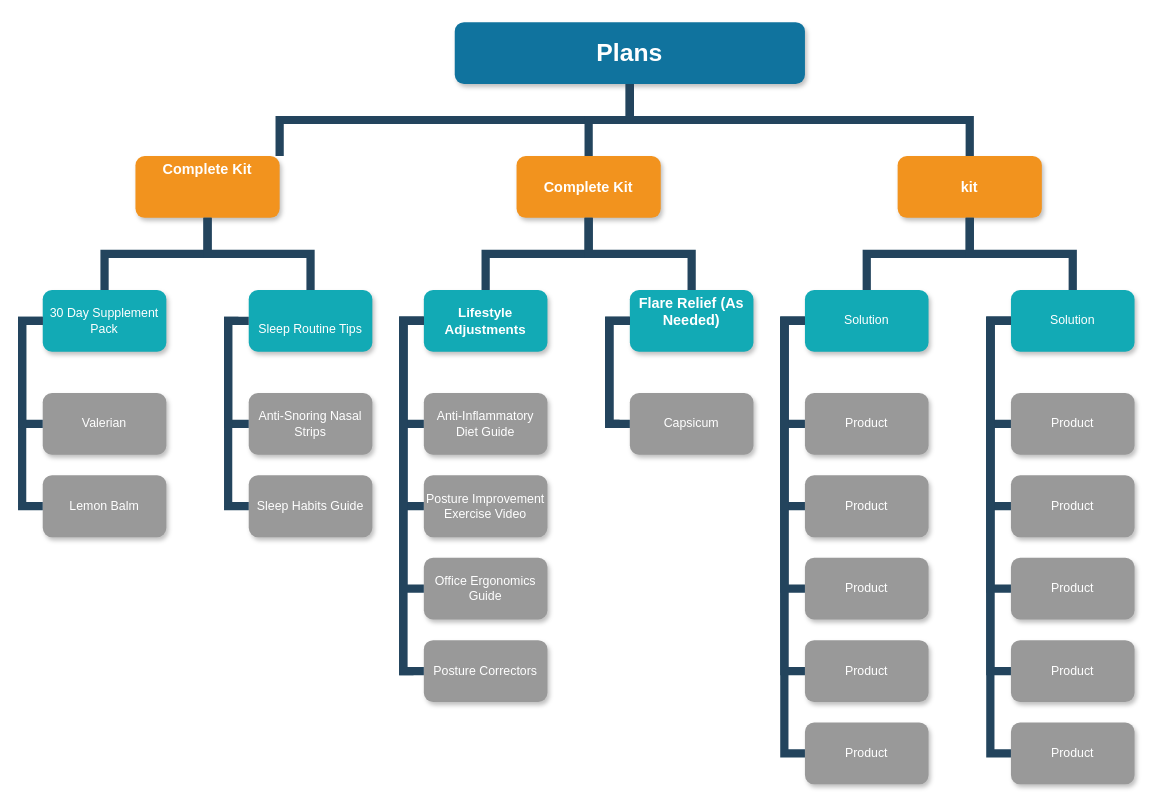
Earlier version of the draw.io diagram static/Untitled Diagram.drawio (zachion/RGBlog). Source tidied: cells renumbered, new cells numbered last; positions are measured from the earlier drawing's top-left corner, leaving out a move shared by most shapes. Both pictures are drawn from the tidied source at 103%, with x=0, y=0 at pixel (22, 22).
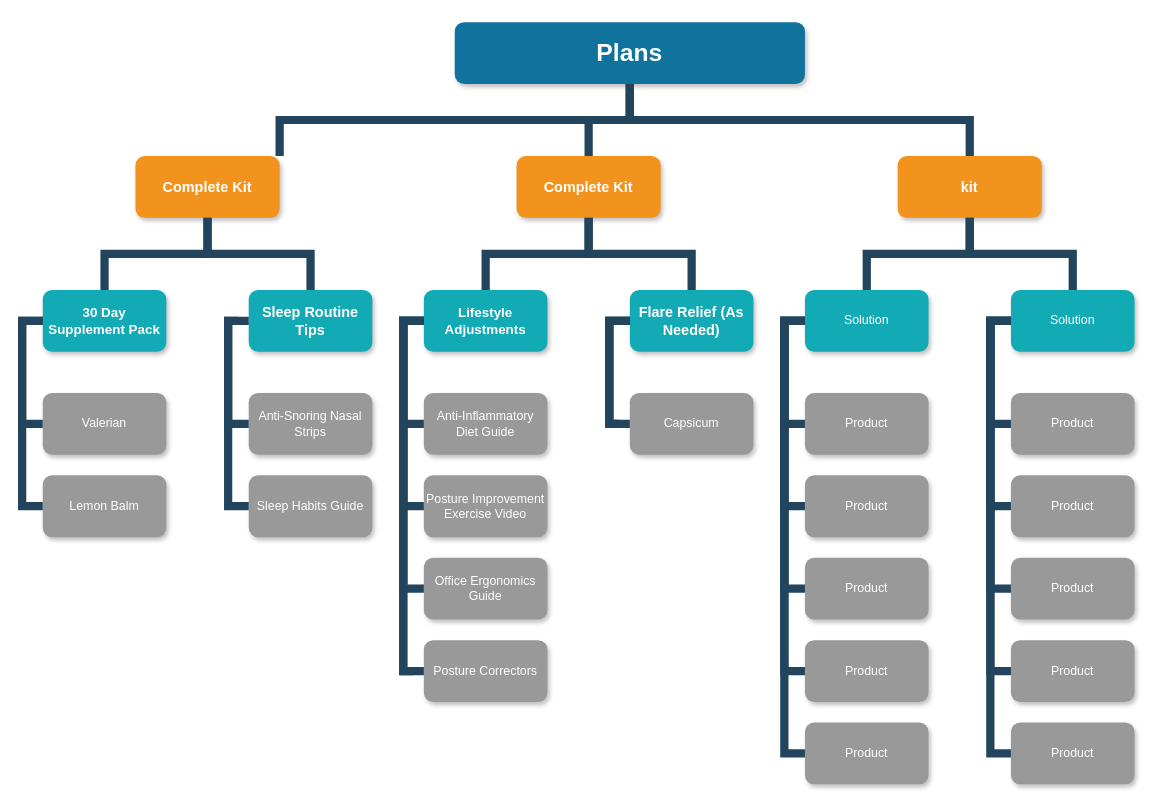
Above is the later version.

Change to the diagram source:
```diff
@@
-    <mxCell id="3" value="Complete Kit&#10;&#10;" style="whiteSpace=wrap;rounded=1;fillColor=#F2931E;strokeColor=none;shadow=1;fontColor=#FFFFFF;fontStyle=1;fontSize=14;" parent="1" vertex="1">
+    <mxCell id="3" value="Complete Kit" style="whiteSpace=wrap;rounded=1;fillColor=#F2931E;strokeColor=none;shadow=1;fontColor=#FFFFFF;fontStyle=1;fontSize=14;" parent="1" vertex="1">
       <mxGeometry x="110" y="130" width="140" height="60" as="geometry" />
     </mxCell>
@@
-    <mxCell id="6" value="30 Day Supplement Pack" style="whiteSpace=wrap;rounded=1;fillColor=#12AAB5;strokeColor=none;shadow=1;fontColor=#FFFFFF;" parent="1" vertex="1">
+    <mxCell id="6" value="30 Day Supplement Pack" style="whiteSpace=wrap;rounded=1;fillColor=#12AAB5;strokeColor=none;shadow=1;fontColor=#FFFFFF;fontStyle=1;fontSize=13;" parent="1" vertex="1">
       <mxGeometry x="20" y="260" width="120" height="60" as="geometry" />
     </mxCell>
-    <mxCell id="7" value="&#10;Sleep Routine Tips" style="whiteSpace=wrap;rounded=1;fillColor=#12AAB5;strokeColor=none;shadow=1;fontColor=#FFFFFF;" parent="1" vertex="1">
+    <mxCell id="7" value="Sleep Routine Tips" style="whiteSpace=wrap;rounded=1;fillColor=#12AAB5;strokeColor=none;shadow=1;fontColor=#FFFFFF;fontStyle=1;fontSize=14;" parent="1" vertex="1">
       <mxGeometry x="220" y="260" width="120" height="60" as="geometry" />
     </mxCell>
@@
-    <mxCell id="13" value="Flare Relief (As Needed)&#10;" style="whiteSpace=wrap;rounded=1;fillColor=#12AAB5;strokeColor=none;shadow=1;fontColor=#FFFFFF;fontStyle=1;fontSize=14;" parent="1" vertex="1">
+    <mxCell id="13" value="Flare Relief (As Needed)" style="whiteSpace=wrap;rounded=1;fillColor=#12AAB5;strokeColor=none;shadow=1;fontColor=#FFFFFF;fontStyle=1;fontSize=14;" parent="1" vertex="1">
       <mxGeometry x="590" y="260" width="120" height="60" as="geometry" />
     </mxCell>
```
